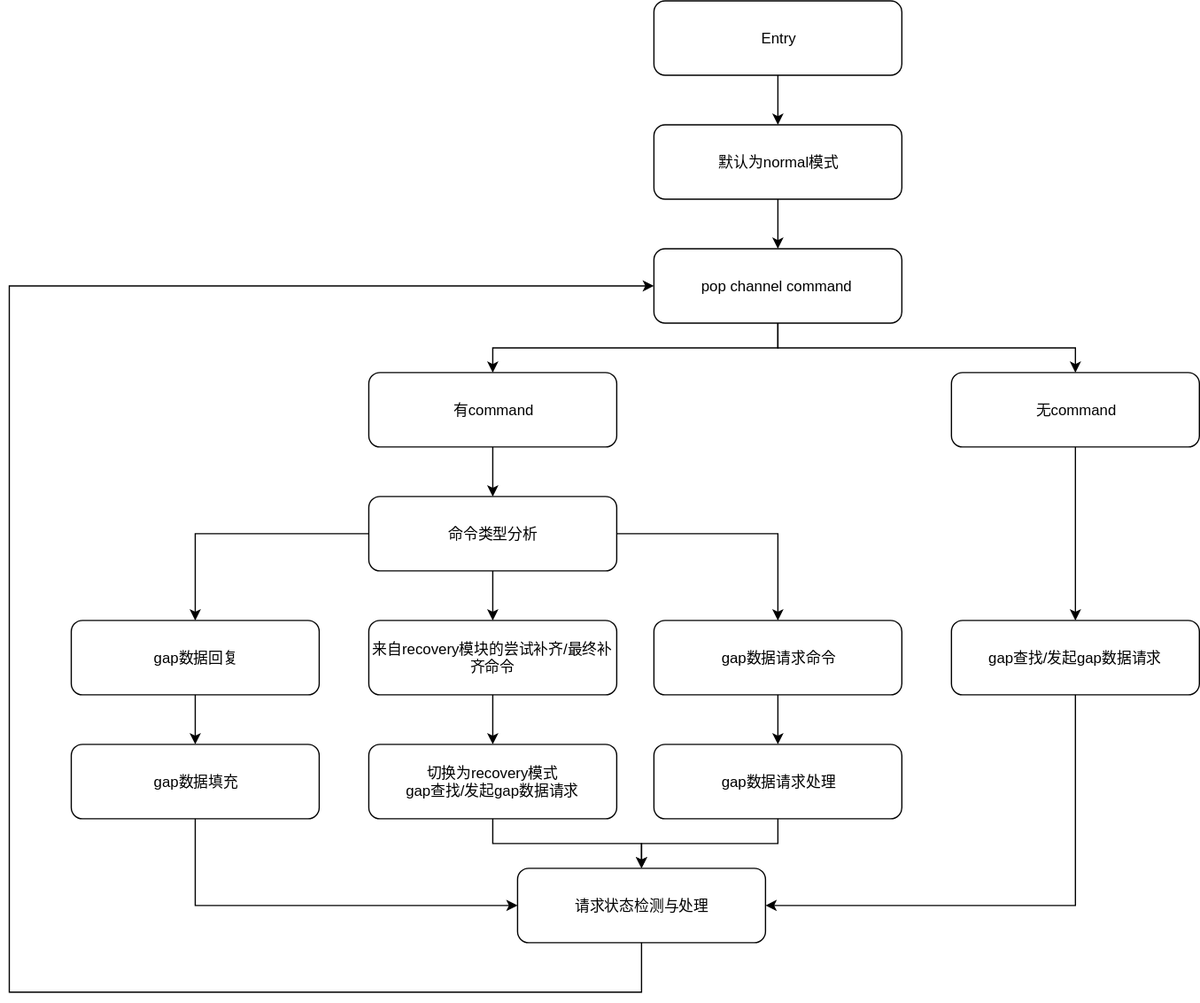
This is attachments/1629356917623.drawio.svg from simbahebinbo/smallfat.github.io, a draw.io export, as it was before one commit. Source tidied: cells renumbered, new cells last; positions are measured from the earlier drawing's top-left corner, leaving out a move shared by most shapes.
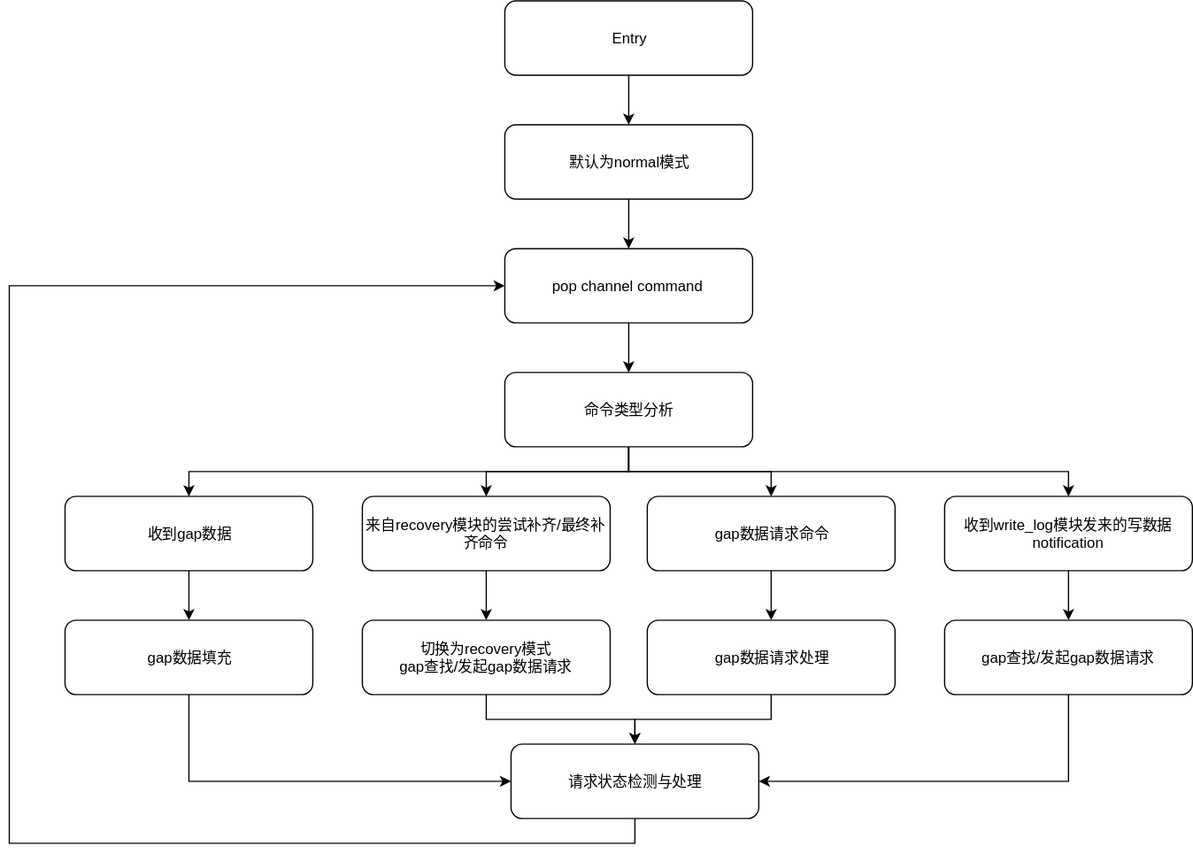
Later version of the same file.

Commit message:
添加附件 : attachments/1629356917623.drawio.svg

Change to the diagram source:
```diff
@@ -2,21 +2,15 @@
   <root>
     <mxCell id="0" />
     <mxCell id="1" parent="0" />
-    <mxCell id="2" style="edgeStyle=orthogonalEdgeStyle;rounded=0;jettySize=auto;html=1;" parent="1" edge="1" source="3" target="24">
-      <mxGeometry relative="1" as="geometry" />
-    </mxCell>
-    <mxCell id="3" value="有command" style="rounded=1;whiteSpace=wrap;html=1;" parent="1" vertex="1">
-      <mxGeometry x="290" y="300" width="200" height="60" as="geometry" />
-    </mxCell>
     <mxCell id="4" style="edgeStyle=orthogonalEdgeStyle;rounded=0;jettySize=auto;html=1;" parent="1" edge="1" source="5" target="14">
       <mxGeometry relative="1" as="geometry" />
     </mxCell>
-    <mxCell id="5" value="gap数据回复" style="rounded=1;whiteSpace=wrap;html=1;" parent="1" vertex="1">
+    <mxCell id="5" value="收到gap数据" style="rounded=1;whiteSpace=wrap;html=1;" parent="1" vertex="1">
       <mxGeometry x="50" y="500" width="200" height="60" as="geometry" />
     </mxCell>
     <mxCell id="6" style="edgeStyle=orthogonalEdgeStyle;rounded=0;orthogonalLoop=1;jettySize=auto;html=1;" parent="1" edge="1">
       <mxGeometry relative="1" as="geometry">
-        <mxPoint x="440" y="520" as="sourcePoint" />
+        <mxPoint x="325" y="620" as="sourcePoint" />
       </mxGeometry>
     </mxCell>
     <mxCell id="7" style="edgeStyle=orthogonalEdgeStyle;rounded=0;jettySize=auto;html=1;" parent="1" edge="1" source="8" target="16">
@@ -35,7 +29,7 @@
       <mxGeometry relative="1" as="geometry" />
     </mxCell>
     <mxCell id="12" value="Entry" style="rounded=1;whiteSpace=wrap;html=1;" parent="1" vertex="1">
-      <mxGeometry x="520" width="200" height="60" as="geometry" />
+      <mxGeometry x="405" y="100" width="200" height="60" as="geometry" />
     </mxCell>
     <mxCell id="13" style="edgeStyle=orthogonalEdgeStyle;rounded=0;jettySize=auto;html=1;entryX=0;entryY=0.5;entryDx=0;entryDy=0;exitX=0.5;exitY=1;exitDx=0;exitDy=0;" parent="1" edge="1" source="14" target="20">
       <mxGeometry relative="1" as="geometry">
@@ -62,53 +56,53 @@
     <mxCell id="19" style="edgeStyle=orthogonalEdgeStyle;rounded=0;jettySize=auto;html=1;exitX=0.5;exitY=1;exitDx=0;exitDy=0;entryX=0;entryY=0.5;entryDx=0;entryDy=0;" parent="1" edge="1" source="20" target="33">
       <mxGeometry relative="1" as="geometry">
         <Array as="points">
-          <mxPoint x="510" y="800" />
-          <mxPoint y="800" />
-          <mxPoint y="230" />
+          <mxPoint x="510" y="780" />
+          <mxPoint x="5" y="780" />
+          <mxPoint x="5" y="330" />
         </Array>
       </mxGeometry>
     </mxCell>
     <mxCell id="20" value="请求状态检测与处理" style="rounded=1;whiteSpace=wrap;html=1;" parent="1" vertex="1">
       <mxGeometry x="410" y="700" width="200" height="60" as="geometry" />
     </mxCell>
-    <mxCell id="21" style="edgeStyle=orthogonalEdgeStyle;rounded=0;jettySize=auto;html=1;entryX=0.5;entryY=0;entryDx=0;entryDy=0;" parent="1" edge="1" source="24" target="5">
+    <mxCell id="21" style="edgeStyle=orthogonalEdgeStyle;rounded=0;jettySize=auto;html=1;exitX=0.5;exitY=1;exitDx=0;exitDy=0;entryX=0.5;entryY=0;entryDx=0;entryDy=0;" parent="1" edge="1" source="24" target="5">
       <mxGeometry relative="1" as="geometry" />
     </mxCell>
+    <mxCell id="23" style="edgeStyle=orthogonalEdgeStyle;rounded=0;jettySize=auto;html=1;exitX=0.5;exitY=1;exitDx=0;exitDy=0;entryX=0.5;entryY=0;entryDx=0;entryDy=0;" parent="1" edge="1" source="24" target="8">
+      <mxGeometry relative="1" as="geometry" />
+    </mxCell>
-    <mxCell id="22" style="edgeStyle=orthogonalEdgeStyle;rounded=0;jettySize=auto;html=1;exitX=1;exitY=0.5;exitDx=0;exitDy=0;" parent="1" edge="1" source="24" target="10">
+    <mxCell id="22" style="edgeStyle=orthogonalEdgeStyle;rounded=0;jettySize=auto;html=1;exitX=0.5;exitY=1;exitDx=0;exitDy=0;entryX=0.5;entryY=0;entryDx=0;entryDy=0;" parent="1" edge="1" source="24" target="10">
       <mxGeometry relative="1" as="geometry" />
     </mxCell>
-    <mxCell id="23" style="edgeStyle=orthogonalEdgeStyle;rounded=0;jettySize=auto;html=1;" parent="1" edge="1" source="24" target="8">
-      <mxGeometry relative="1" as="geometry" />
-    </mxCell>
+    <mxCell id="34" style="edgeStyle=orthogonalEdgeStyle;rounded=0;jettySize=auto;html=1;exitX=0.5;exitY=1;exitDx=0;exitDy=0;entryX=0.5;entryY=0;entryDx=0;entryDy=0;" parent="1" edge="1" source="24" target="28">
+      <mxGeometry relative="1" as="geometry" />
+    </mxCell>
     <mxCell id="24" value="命令类型分析" style="rounded=1;whiteSpace=wrap;html=1;" parent="1" vertex="1">
-      <mxGeometry x="290" y="400" width="200" height="60" as="geometry" />
+      <mxGeometry x="405" y="400" width="200" height="60" as="geometry" />
     </mxCell>
-    <mxCell id="25" style="edgeStyle=orthogonalEdgeStyle;rounded=0;jettySize=auto;html=1;" parent="1" edge="1" source="26" target="28">
-      <mxGeometry relative="1" as="geometry" />
-    </mxCell>
-    <mxCell id="26" value="无command" style="rounded=1;whiteSpace=wrap;html=1;" parent="1" vertex="1">
-      <mxGeometry x="760" y="300" width="200" height="60" as="geometry" />
-    </mxCell>
-    <mxCell id="27" style="edgeStyle=orthogonalEdgeStyle;rounded=0;jettySize=auto;html=1;exitX=0.5;exitY=1;exitDx=0;exitDy=0;entryX=1;entryY=0.5;entryDx=0;entryDy=0;" parent="1" edge="1" source="28" target="20">
-      <mxGeometry relative="1" as="geometry" />
-    </mxCell>
+    <mxCell id="35" style="edgeStyle=orthogonalEdgeStyle;rounded=0;jettySize=auto;html=1;exitX=0.5;exitY=1;exitDx=0;exitDy=0;entryX=0.5;entryY=0;entryDx=0;entryDy=0;" parent="1" edge="1" source="28" target="37">
+      <mxGeometry relative="1" as="geometry" />
+    </mxCell>
-    <mxCell id="28" value="gap查找/发起gap数据请求" style="rounded=1;whiteSpace=wrap;html=1;" parent="1" vertex="1">
+    <mxCell id="28" value="收到write_log模块发来的写数据notification" style="rounded=1;whiteSpace=wrap;html=1;" parent="1" vertex="1">
       <mxGeometry x="760" y="500" width="200" height="60" as="geometry" />
     </mxCell>
     <mxCell id="29" style="edgeStyle=orthogonalEdgeStyle;rounded=0;jettySize=auto;html=1;" parent="1" edge="1" source="30" target="33">
       <mxGeometry relative="1" as="geometry" />
     </mxCell>
     <mxCell id="30" value="默认为normal模式" style="rounded=1;whiteSpace=wrap;html=1;" parent="1" vertex="1">
-      <mxGeometry x="520" y="100" width="200" height="60" as="geometry" />
+      <mxGeometry x="405" y="200" width="200" height="60" as="geometry" />
     </mxCell>
-    <mxCell id="31" style="edgeStyle=orthogonalEdgeStyle;rounded=0;jettySize=auto;html=1;exitX=0.5;exitY=1;exitDx=0;exitDy=0;entryX=0.5;entryY=0;entryDx=0;entryDy=0;" parent="1" edge="1" source="33" target="3">
-      <mxGeometry relative="1" as="geometry" />
-    </mxCell>
-    <mxCell id="32" style="edgeStyle=orthogonalEdgeStyle;rounded=0;jettySize=auto;html=1;exitX=0.5;exitY=1;exitDx=0;exitDy=0;entryX=0.5;entryY=0;entryDx=0;entryDy=0;" parent="1" edge="1" source="33" target="26">
-      <mxGeometry relative="1" as="geometry" />
-    </mxCell>
+    <mxCell id="25" style="edgeStyle=orthogonalEdgeStyle;rounded=0;jettySize=auto;html=1;" parent="1" edge="1" source="33" target="24">
+      <mxGeometry relative="1" as="geometry" />
+    </mxCell>
     <mxCell id="33" value="pop channel command&amp;nbsp;" style="rounded=1;whiteSpace=wrap;html=1;" parent="1" vertex="1">
-      <mxGeometry x="520" y="200" width="200" height="60" as="geometry" />
+      <mxGeometry x="405" y="300" width="200" height="60" as="geometry" />
     </mxCell>
+    <mxCell id="36" style="edgeStyle=orthogonalEdgeStyle;rounded=0;jettySize=auto;html=1;exitX=0.5;exitY=1;exitDx=0;exitDy=0;entryX=1;entryY=0.5;entryDx=0;entryDy=0;" parent="1" edge="1" source="37" target="20">
+      <mxGeometry relative="1" as="geometry" />
+    </mxCell>
+    <mxCell id="37" value="gap查找/发起gap数据请求" style="rounded=1;whiteSpace=wrap;html=1;" parent="1" vertex="1">
+      <mxGeometry x="760" y="600" width="200" height="60" as="geometry" />
+    </mxCell>
   </root>
 </mxGraphModel>
```
